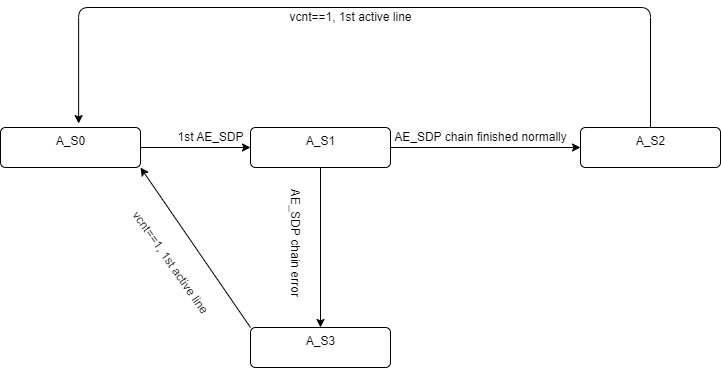
haifanwenpan/DP_AE keeps this draw.io diagram as DOC/pic/AE_SDP.drawio.png. Above is the earlier version. Source tidied: cells renumbered, new cells last; positions are measured from the earlier drawing's top-left corner, leaving out a move shared by most shapes. The source it was exported from:
```xml
<mxGraphModel>
  <root>
    <mxCell id="0" />
    <mxCell id="1" parent="0" />
    <mxCell id="2" style="edgeStyle=none;html=1;" parent="1" edge="1" source="3" target="6">
      <mxGeometry relative="1" as="geometry" />
    </mxCell>
    <mxCell id="3" value="A_S0" style="html=1;align=center;verticalAlign=top;rounded=1;absoluteArcSize=1;arcSize=10;dashed=0;" parent="1" vertex="1">
      <mxGeometry y="125" width="140" height="40" as="geometry" />
    </mxCell>
    <mxCell id="4" style="edgeStyle=none;html=1;" parent="1" edge="1" source="6" target="8">
      <mxGeometry relative="1" as="geometry" />
    </mxCell>
    <mxCell id="5" style="edgeStyle=none;html=1;" parent="1" edge="1" source="6" target="10">
      <mxGeometry relative="1" as="geometry" />
    </mxCell>
    <mxCell id="6" value="A_S1" style="html=1;align=center;verticalAlign=top;rounded=1;absoluteArcSize=1;arcSize=10;dashed=0;" parent="1" vertex="1">
      <mxGeometry x="250" y="125" width="140" height="40" as="geometry" />
    </mxCell>
    <mxCell id="7" style="edgeStyle=orthogonalEdgeStyle;html=1;exitX=0.5;exitY=0;exitDx=0;exitDy=0;entryX=0.558;entryY=-0.099;entryDx=0;entryDy=0;entryPerimeter=0;" parent="1" edge="1" source="8" target="3">
      <mxGeometry relative="1" as="geometry">
        <Array as="points">
          <mxPoint x="650" y="5" />
          <mxPoint x="78" y="5" />
        </Array>
      </mxGeometry>
    </mxCell>
    <mxCell id="8" value="A_S2" style="html=1;align=center;verticalAlign=top;rounded=1;absoluteArcSize=1;arcSize=10;dashed=0;" parent="1" vertex="1">
      <mxGeometry x="580" y="125" width="140" height="40" as="geometry" />
    </mxCell>
    <mxCell id="9" style="edgeStyle=none;html=1;exitX=0;exitY=0;exitDx=0;exitDy=0;entryX=1;entryY=1;entryDx=0;entryDy=0;" parent="1" edge="1" source="10" target="3">
      <mxGeometry relative="1" as="geometry" />
    </mxCell>
    <mxCell id="10" value="A_S3" style="html=1;align=center;verticalAlign=top;rounded=1;absoluteArcSize=1;arcSize=10;dashed=0;" parent="1" vertex="1">
      <mxGeometry x="250" y="325" width="140" height="40" as="geometry" />
    </mxCell>
    <mxCell id="11" value="1st AE_SDP" style="text;html=1;align=center;verticalAlign=middle;strokeColor=none;fillColor=none;" parent="1" vertex="1">
      <mxGeometry x="165" y="120" width="90" height="30" as="geometry" />
    </mxCell>
    <mxCell id="12" value="AE_SDP chain finished normally" style="text;html=1;align=center;verticalAlign=middle;strokeColor=none;fillColor=none;" parent="1" vertex="1">
      <mxGeometry x="380" y="120" width="200" height="30" as="geometry" />
    </mxCell>
    <mxCell id="13" value="AE_SDP chain error" style="text;html=1;align=center;verticalAlign=middle;strokeColor=none;fillColor=none;rotation=90;" parent="1" vertex="1">
      <mxGeometry x="230" y="225" width="130" height="30" as="geometry" />
    </mxCell>
    <mxCell id="14" value="vcnt==1, 1st active line" style="text;html=1;align=center;verticalAlign=middle;strokeColor=none;fillColor=none;" parent="1" vertex="1">
      <mxGeometry x="275" width="150" height="30" as="geometry" />
    </mxCell>
    <mxCell id="15" value="vcnt==1, 1st active line" style="text;html=1;align=center;verticalAlign=middle;strokeColor=none;fillColor=none;rotation=55;" parent="1" vertex="1">
      <mxGeometry x="95" y="245" width="150" height="30" as="geometry" />
    </mxCell>
  </root>
</mxGraphModel>
```
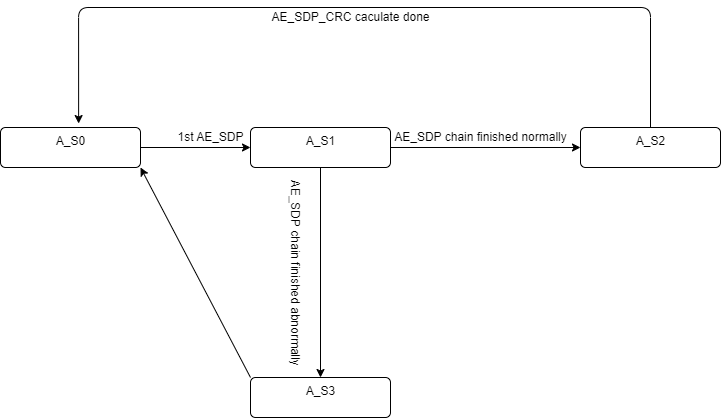
Above is the later version.

The edit, as a diff of the source:
```diff
@@ -32,7 +32,7 @@
       <mxGeometry relative="1" as="geometry" />
     </mxCell>
     <mxCell id="10" value="A_S3" style="html=1;align=center;verticalAlign=top;rounded=1;absoluteArcSize=1;arcSize=10;dashed=0;" parent="1" vertex="1">
-      <mxGeometry x="250" y="325" width="140" height="40" as="geometry" />
+      <mxGeometry x="250" y="375" width="140" height="40" as="geometry" />
     </mxCell>
     <mxCell id="11" value="1st AE_SDP" style="text;html=1;align=center;verticalAlign=middle;strokeColor=none;fillColor=none;" parent="1" vertex="1">
       <mxGeometry x="165" y="120" width="90" height="30" as="geometry" />
@@ -40,14 +40,11 @@
     <mxCell id="12" value="AE_SDP chain finished normally" style="text;html=1;align=center;verticalAlign=middle;strokeColor=none;fillColor=none;" parent="1" vertex="1">
       <mxGeometry x="380" y="120" width="200" height="30" as="geometry" />
     </mxCell>
-    <mxCell id="13" value="AE_SDP chain error" style="text;html=1;align=center;verticalAlign=middle;strokeColor=none;fillColor=none;rotation=90;" parent="1" vertex="1">
-      <mxGeometry x="230" y="225" width="130" height="30" as="geometry" />
+    <mxCell id="13" value="AE_SDP chain finished abnormally" style="text;html=1;align=center;verticalAlign=middle;strokeColor=none;fillColor=none;rotation=90;" parent="1" vertex="1">
+      <mxGeometry x="190" y="255" width="210" height="30" as="geometry" />
     </mxCell>
-    <mxCell id="14" value="vcnt==1, 1st active line" style="text;html=1;align=center;verticalAlign=middle;strokeColor=none;fillColor=none;" parent="1" vertex="1">
-      <mxGeometry x="275" width="150" height="30" as="geometry" />
+    <mxCell id="14" value="AE_SDP_CRC caculate done" style="text;html=1;align=center;verticalAlign=middle;strokeColor=none;fillColor=none;" parent="1" vertex="1">
+      <mxGeometry x="260" width="180" height="30" as="geometry" />
     </mxCell>
-    <mxCell id="15" value="vcnt==1, 1st active line" style="text;html=1;align=center;verticalAlign=middle;strokeColor=none;fillColor=none;rotation=55;" parent="1" vertex="1">
-      <mxGeometry x="95" y="245" width="150" height="30" as="geometry" />
-    </mxCell>
   </root>
 </mxGraphModel>
```
